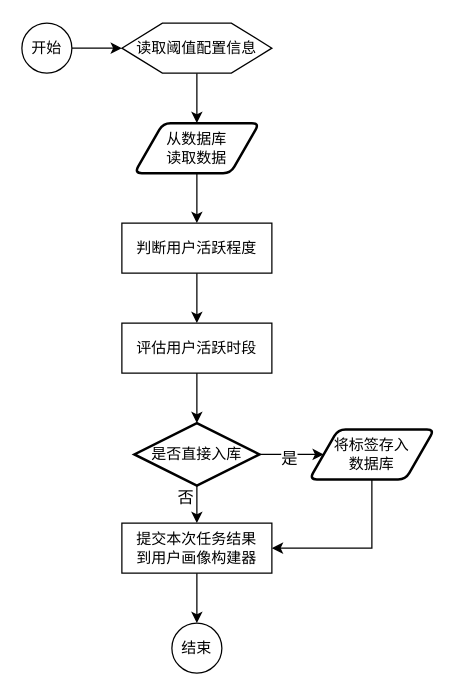
The draw.io diagram docs/Assets/AniLink-cloud/行为标签算法流程.drawio in All1217/AniLink-Java, before the edit. Source tidied: cells renumbered, new cells numbered last; positions are measured from the earlier drawing's top-left corner, leaving out a move shared by most shapes. Both pictures are drawn from the tidied source at 125%, with x=0, y=0 at pixel (21, 22).
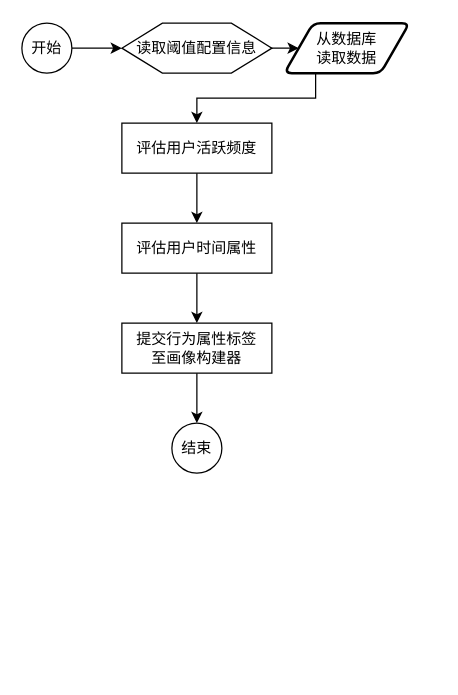
Above is the later version.

Unchanged cells that the change refers to:
```xml
<mxCell id="5" style="verticalLabelPosition=bottom;verticalAlign=top;html=1;shape=hexagon;perimeter=hexagonPerimeter2;arcSize=6;size=0.27;" parent="1" vertex="1">
  <mxGeometry x="80" width="120" height="40" as="geometry" />
</mxCell>
```

What changed in the source:
```diff
@@
-    <mxCell id="4" style="edgeStyle=orthogonalEdgeStyle;rounded=0;jettySize=auto;html=1;exitX=0.5;exitY=1;exitDx=0;exitDy=0;entryX=0.5;entryY=0;entryDx=0;entryDy=0;" parent="1" edge="1" source="5" target="22">
+    <mxCell id="4" style="edgeStyle=orthogonalEdgeStyle;rounded=0;jettySize=auto;html=1;exitX=1;exitY=0.5;exitDx=0;exitDy=0;" parent="1" edge="1" source="5" target="22">
       <mxGeometry relative="1" as="geometry" />
     </mxCell>
@@
-    <mxCell id="8" value="判断用户活跃程度" style="rounded=0;whiteSpace=wrap;html=1;" parent="1" vertex="1">
-      <mxGeometry x="80" y="160" width="120" height="40" as="geometry" />
+    <mxCell id="8" value="评估用户活跃频度" style="rounded=0;whiteSpace=wrap;html=1;" parent="1" vertex="1">
+      <mxGeometry x="80" y="80" width="120" height="40" as="geometry" />
     </mxCell>
+    <mxCell id="23" style="edgeStyle=orthogonalEdgeStyle;rounded=0;jettySize=auto;html=1;exitX=0.5;exitY=1;exitDx=0;exitDy=0;entryX=0.5;entryY=0;entryDx=0;entryDy=0;" parent="1" edge="1" source="9" target="20">
+      <mxGeometry relative="1" as="geometry" />
+    </mxCell>
-    <mxCell id="9" value="评估用户活跃时段" style="rounded=0;whiteSpace=wrap;html=1;" parent="1" vertex="1">
-      <mxGeometry x="80" y="240" width="120" height="40" as="geometry" />
+    <mxCell id="9" value="评估用户时间属性" style="rounded=0;whiteSpace=wrap;html=1;" parent="1" vertex="1">
+      <mxGeometry x="80" y="160" width="120" height="40" as="geometry" />
     </mxCell>
-    <mxCell id="10" style="edgeStyle=orthogonalEdgeStyle;rounded=0;jettySize=auto;html=1;exitX=1;exitY=0.5;exitDx=0;exitDy=0;exitPerimeter=0;" parent="1" edge="1" source="14" target="17">
-      <mxGeometry relative="1" as="geometry" />
-    </mxCell>
-    <mxCell id="11" value="&lt;font style=&quot;font-size: 13px;&quot;&gt;是&lt;/font&gt;" style="edgeLabel;html=1;align=center;verticalAlign=middle;" parent="10" vertex="1">
-      <mxGeometry x="-0.11" y="-2" relative="1" as="geometry" />
-    </mxCell>
-    <mxCell id="12" style="edgeStyle=orthogonalEdgeStyle;rounded=0;jettySize=auto;html=1;exitX=0.5;exitY=1;exitDx=0;exitDy=0;exitPerimeter=0;entryX=0.5;entryY=0;entryDx=0;entryDy=0;" parent="1" edge="1" source="14" target="20">
-      <mxGeometry relative="1" as="geometry" />
-    </mxCell>
-    <mxCell id="13" value="&lt;font style=&quot;font-size: 13px;&quot;&gt;否&lt;/font&gt;" style="edgeLabel;html=1;align=center;verticalAlign=middle;" parent="12" vertex="1">
-      <mxGeometry x="-0.44" y="-2" relative="1" as="geometry">
-        <mxPoint x="-8" as="offset" />
-      </mxGeometry>
-    </mxCell>
-    <mxCell id="14" value="是否直接入库" style="strokeWidth=2;html=1;shape=mxgraph.flowchart.decision;whiteSpace=wrap;" parent="1" vertex="1">
-      <mxGeometry x="90" y="320" width="100" height="50" as="geometry" />
-    </mxCell>
-    <mxCell id="15" style="edgeStyle=orthogonalEdgeStyle;rounded=0;jettySize=auto;html=1;exitX=0.5;exitY=1;exitDx=0;exitDy=0;entryX=0.5;entryY=0;entryDx=0;entryDy=0;entryPerimeter=0;" parent="1" edge="1" source="9" target="14">
-      <mxGeometry relative="1" as="geometry" />
-    </mxCell>
-    <mxCell id="16" style="edgeStyle=orthogonalEdgeStyle;rounded=0;jettySize=auto;html=1;exitX=0.5;exitY=1;exitDx=0;exitDy=0;entryX=1;entryY=0.5;entryDx=0;entryDy=0;" parent="1" edge="1" source="17" target="20">
-      <mxGeometry relative="1" as="geometry" />
-    </mxCell>
-    <mxCell id="17" value="将标签存入&lt;div&gt;数据库&lt;/div&gt;" style="shape=parallelogram;html=1;strokeWidth=2;perimeter=parallelogramPerimeter;whiteSpace=wrap;rounded=1;arcSize=12;size=0.23;" parent="1" vertex="1">
-      <mxGeometry x="230" y="325" width="100" height="40" as="geometry" />
-    </mxCell>
     <mxCell id="18" value="结束" style="ellipse;whiteSpace=wrap;html=1;" parent="1" vertex="1">
-      <mxGeometry x="120" y="480" width="40" height="40" as="geometry" />
+      <mxGeometry x="120" y="320" width="40" height="40" as="geometry" />
     </mxCell>
@@
-    <mxCell id="20" value="提交本次任务结果&lt;div&gt;到用户画像构建器&lt;/div&gt;" style="rounded=0;whiteSpace=wrap;html=1;" parent="1" vertex="1">
-      <mxGeometry x="80" y="400" width="120" height="40" as="geometry" />
+    <mxCell id="20" value="提交行为属性标签&lt;div&gt;至画像构建器&lt;/div&gt;" style="rounded=0;whiteSpace=wrap;html=1;" parent="1" vertex="1">
+      <mxGeometry x="80" y="240" width="120" height="40" as="geometry" />
     </mxCell>
-    <mxCell id="21" style="edgeStyle=orthogonalEdgeStyle;rounded=0;jettySize=auto;html=1;exitX=0.5;exitY=1;exitDx=0;exitDy=0;entryX=0.5;entryY=0;entryDx=0;entryDy=0;" parent="1" edge="1" source="22" target="8">
+    <mxCell id="21" style="edgeStyle=orthogonalEdgeStyle;rounded=0;jettySize=auto;html=1;exitX=0.25;exitY=1;exitDx=0;exitDy=0;entryX=0.5;entryY=0;entryDx=0;entryDy=0;" parent="1" edge="1" source="22" target="8">
       <mxGeometry relative="1" as="geometry" />
     </mxCell>
     <mxCell id="22" value="从数据库&lt;div&gt;读取数据&lt;/div&gt;" style="shape=parallelogram;html=1;strokeWidth=2;perimeter=parallelogramPerimeter;whiteSpace=wrap;rounded=1;arcSize=12;size=0.23;" parent="1" vertex="1">
-      <mxGeometry x="90" y="80" width="100" height="40" as="geometry" />
+      <mxGeometry x="210" width="100" height="40" as="geometry" />
     </mxCell>
```
